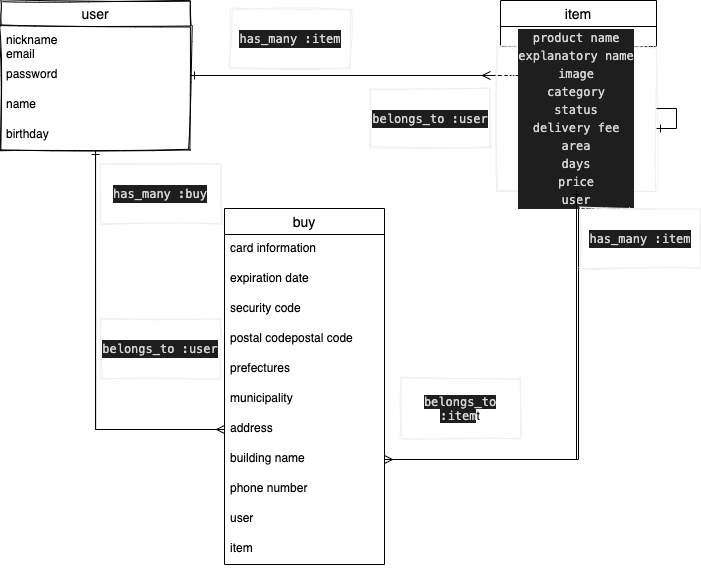
The draw.io diagram .drawio.png in genki-20/furima-31781, before a commit. Source tidied: cells renumbered, new cells last; positions are measured from the earlier drawing's top-left corner, leaving out a move shared by most shapes.
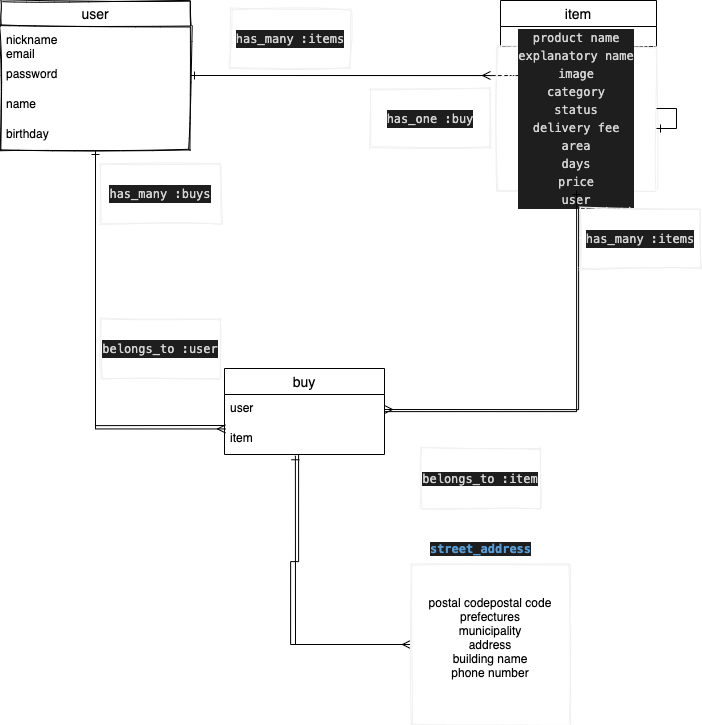
The same diagram one commit later.

Commit message:
データベース設計

Diff of the diagram source:
```diff
@@ -2,14 +2,14 @@
   <root>
     <mxCell id="0" />
     <mxCell id="1" parent="0" />
-    <mxCell id="2" style="edgeStyle=orthogonalEdgeStyle;rounded=0;jettySize=auto;html=1;entryX=0;entryY=0.5;entryDx=0;entryDy=0;endArrow=ERmany;endFill=0;strokeWidth=1;" parent="1" edge="1" source="4" target="17">
-      <mxGeometry relative="1" as="geometry" />
-    </mxCell>
     <mxCell id="3" style="edgeStyle=orthogonalEdgeStyle;rounded=0;jettySize=auto;html=1;endArrow=ERmany;endFill=0;strokeWidth=1;" parent="1" edge="1" source="4">
       <mxGeometry relative="1" as="geometry">
         <mxPoint x="490" y="75" as="targetPoint" />
       </mxGeometry>
     </mxCell>
+    <mxCell id="36" style="edgeStyle=orthogonalEdgeStyle;rounded=0;jettySize=auto;html=1;entryX=0.006;entryY=0.148;entryDx=0;entryDy=0;entryPerimeter=0;endArrow=ERmany;endFill=0;strokeWidth=1;" parent="1" edge="1" source="4" target="21">
+      <mxGeometry relative="1" as="geometry" />
+    </mxCell>
     <mxCell id="4" value="user" style="swimlane;fontStyle=0;horizontal=1;startSize=26;align=center;fontSize=14;direction=east;strokeWidth=1;sketch=1;" parent="1" vertex="1">
       <mxGeometry width="190" height="150" as="geometry" />
     </mxCell>
@@ -28,45 +28,17 @@
     <mxCell id="9" value="birthday" style="text;strokeColor=none;fillColor=none;spacingLeft=4;spacingRight=4;overflow=hidden;fontSize=12;" parent="4" vertex="1">
       <mxGeometry y="120" width="190" height="30" as="geometry" />
     </mxCell>
-    <mxCell id="10" value="buy" style="swimlane;fontStyle=0;horizontal=1;startSize=26;align=center;fontSize=14;" parent="1" vertex="1">
-      <mxGeometry x="224" y="208" width="160" height="356" as="geometry" />
-    </mxCell>
-    <mxCell id="11" value="card information" style="text;strokeColor=none;fillColor=none;spacingLeft=4;spacingRight=4;overflow=hidden;fontSize=12;" parent="10" vertex="1">
-      <mxGeometry y="26" width="160" height="30" as="geometry" />
-    </mxCell>
-    <mxCell id="12" value="expiration date" style="text;strokeColor=none;fillColor=none;spacingLeft=4;spacingRight=4;overflow=hidden;fontSize=12;" parent="10" vertex="1">
-      <mxGeometry y="56" width="160" height="30" as="geometry" />
-    </mxCell>
-    <mxCell id="13" value="security code" style="text;strokeColor=none;fillColor=none;spacingLeft=4;spacingRight=4;overflow=hidden;fontSize=12;" parent="10" vertex="1">
-      <mxGeometry y="86" width="160" height="30" as="geometry" />
-    </mxCell>
-    <mxCell id="14" value="postal codepostal code" style="text;strokeColor=none;fillColor=none;spacingLeft=4;spacingRight=4;overflow=hidden;fontSize=12;" parent="10" vertex="1">
-      <mxGeometry y="116" width="160" height="30" as="geometry" />
-    </mxCell>
-    <mxCell id="15" value="prefectures" style="text;strokeColor=none;fillColor=none;spacingLeft=4;spacingRight=4;overflow=hidden;fontSize=12;" parent="10" vertex="1">
-      <mxGeometry y="146" width="160" height="30" as="geometry" />
-    </mxCell>
-    <mxCell id="16" value="municipality" style="text;strokeColor=none;fillColor=none;spacingLeft=4;spacingRight=4;overflow=hidden;fontSize=12;" parent="10" vertex="1">
-      <mxGeometry y="176" width="160" height="30" as="geometry" />
-    </mxCell>
-    <mxCell id="17" value="address" style="text;strokeColor=none;fillColor=none;spacingLeft=4;spacingRight=4;overflow=hidden;points=[[0,0.5],[1,0.5]];portConstraint=eastwest;fontSize=12;" parent="10" vertex="1">
-      <mxGeometry y="206" width="160" height="30" as="geometry" />
-    </mxCell>
-    <mxCell id="18" value="building name" style="text;strokeColor=none;fillColor=none;spacingLeft=4;spacingRight=4;overflow=hidden;points=[[0,0.5],[1,0.5]];portConstraint=eastwest;fontSize=12;" parent="10" vertex="1">
-      <mxGeometry y="236" width="160" height="30" as="geometry" />
-    </mxCell>
-    <mxCell id="19" value="phone number" style="text;strokeColor=none;fillColor=none;spacingLeft=4;spacingRight=4;overflow=hidden;fontSize=12;" parent="10" vertex="1">
-      <mxGeometry y="266" width="160" height="30" as="geometry" />
-    </mxCell>
-    <mxCell id="20" value="user" style="text;strokeColor=none;fillColor=none;spacingLeft=4;spacingRight=4;overflow=hidden;points=[[0,0.5],[1,0.5]];portConstraint=eastwest;fontSize=12;" parent="10" vertex="1">
-      <mxGeometry y="296" width="160" height="30" as="geometry" />
-    </mxCell>
-    <mxCell id="21" value="item" style="text;strokeColor=none;fillColor=none;spacingLeft=4;spacingRight=4;overflow=hidden;points=[[0,0.5],[1,0.5]];portConstraint=eastwest;fontSize=12;" parent="10" vertex="1">
-      <mxGeometry y="326" width="160" height="30" as="geometry" />
-    </mxCell>
-    <mxCell id="22" style="edgeStyle=orthogonalEdgeStyle;rounded=0;jettySize=auto;html=1;endArrow=ERmany;endFill=0;strokeWidth=1;" parent="1" edge="1" source="24" target="18">
-      <mxGeometry relative="1" as="geometry" />
-    </mxCell>
+    <mxCell id="37" style="edgeStyle=orthogonalEdgeStyle;rounded=0;jettySize=auto;html=1;entryX=0;entryY=0.5;entryDx=0;entryDy=0;endArrow=ERmany;endFill=0;strokeWidth=1;exitX=0.463;exitY=1.019;exitDx=0;exitDy=0;exitPerimeter=0;" parent="1" edge="1" source="21" target="40">
+      <mxGeometry relative="1" as="geometry">
+        <Array as="points">
+          <mxPoint x="290" y="561" />
+          <mxPoint x="290" y="644" />
+        </Array>
+      </mxGeometry>
+    </mxCell>
+    <mxCell id="38" style="edgeStyle=orthogonalEdgeStyle;rounded=0;jettySize=auto;html=1;entryX=1;entryY=0.5;entryDx=0;entryDy=0;endArrow=ERmany;endFill=0;strokeWidth=1;" parent="1" edge="1" source="24" target="20">
+      <mxGeometry relative="1" as="geometry" />
+    </mxCell>
     <mxCell id="23" style="edgeStyle=orthogonalEdgeStyle;rounded=0;jettySize=auto;html=1;entryX=1;entryY=0.5;entryDx=0;entryDy=0;endArrow=ERone;endFill=0;strokeWidth=1;" parent="1" edge="1" source="24" target="7">
       <mxGeometry relative="1" as="geometry" />
     </mxCell>
@@ -79,32 +51,56 @@
     <mxCell id="26" value="&lt;div style=&quot;color: rgb(212 , 212 , 212) ; background-color: rgb(30 , 30 , 30) ; font-family: &amp;#34;menlo&amp;#34; , &amp;#34;monaco&amp;#34; , &amp;#34;courier new&amp;#34; , monospace ; line-height: 18px&quot;&gt;product name&lt;/div&gt;&lt;div style=&quot;color: rgb(212 , 212 , 212) ; background-color: rgb(30 , 30 , 30) ; font-family: &amp;#34;menlo&amp;#34; , &amp;#34;monaco&amp;#34; , &amp;#34;courier new&amp;#34; , monospace ; line-height: 18px&quot;&gt;&lt;div style=&quot;line-height: 18px&quot;&gt;explanatory name&lt;/div&gt;&lt;div style=&quot;line-height: 18px&quot;&gt;&lt;div style=&quot;font-family: &amp;#34;menlo&amp;#34; , &amp;#34;monaco&amp;#34; , &amp;#34;courier new&amp;#34; , monospace ; line-height: 18px&quot;&gt;image&lt;/div&gt;&lt;div style=&quot;font-family: &amp;#34;menlo&amp;#34; , &amp;#34;monaco&amp;#34; , &amp;#34;courier new&amp;#34; , monospace ; line-height: 18px&quot;&gt;&lt;div style=&quot;line-height: 18px&quot;&gt;category&lt;/div&gt;&lt;div style=&quot;line-height: 18px&quot;&gt;&lt;div style=&quot;font-family: &amp;#34;menlo&amp;#34; , &amp;#34;monaco&amp;#34; , &amp;#34;courier new&amp;#34; , monospace ; line-height: 18px&quot;&gt;status&lt;/div&gt;&lt;div style=&quot;font-family: &amp;#34;menlo&amp;#34; , &amp;#34;monaco&amp;#34; , &amp;#34;courier new&amp;#34; , monospace ; line-height: 18px&quot;&gt;&lt;div style=&quot;line-height: 18px&quot;&gt;delivery fee&lt;/div&gt;&lt;div style=&quot;line-height: 18px&quot;&gt;&lt;div style=&quot;line-height: 18px&quot;&gt;area&lt;/div&gt;&lt;div style=&quot;line-height: 18px&quot;&gt;&lt;div style=&quot;line-height: 18px&quot;&gt;days&lt;/div&gt;&lt;div style=&quot;line-height: 18px&quot;&gt;&lt;div style=&quot;line-height: 18px&quot;&gt;price&lt;/div&gt;&lt;div style=&quot;line-height: 18px&quot;&gt;&lt;div style=&quot;line-height: 18px&quot;&gt;user&lt;/div&gt;&lt;/div&gt;&lt;/div&gt;&lt;/div&gt;&lt;/div&gt;&lt;/div&gt;&lt;/div&gt;&lt;/div&gt;&lt;/div&gt;&lt;/div&gt;" style="whiteSpace=wrap;html=1;sketch=1;strokeColor=#f0f0f0;strokeWidth=1;" parent="1" vertex="1">
       <mxGeometry x="496" y="46" width="160" height="144" as="geometry" />
     </mxCell>
-    <mxCell id="27" style="edgeStyle=orthogonalEdgeStyle;rounded=0;jettySize=auto;html=1;entryX=0.5;entryY=1;entryDx=0;entryDy=0;endArrow=ERone;endFill=0;strokeWidth=1;" parent="1" edge="1" source="17" target="4">
-      <mxGeometry relative="1" as="geometry" />
+    <mxCell id="27" style="edgeStyle=orthogonalEdgeStyle;rounded=0;jettySize=auto;html=1;entryX=0.5;entryY=1;entryDx=0;entryDy=0;endArrow=ERone;endFill=0;strokeWidth=1;" parent="1" edge="1" target="4">
+      <mxGeometry relative="1" as="geometry">
+        <mxPoint x="224" y="425" as="sourcePoint" />
+      </mxGeometry>
     </mxCell>
     <mxCell id="28" style="edgeStyle=orthogonalEdgeStyle;rounded=0;orthogonalLoop=1;jettySize=auto;html=1;endArrow=ERone;endFill=0;strokeWidth=1;" parent="1" edge="1" source="26" target="26">
       <mxGeometry relative="1" as="geometry" />
     </mxCell>
-    <mxCell id="29" style="edgeStyle=orthogonalEdgeStyle;rounded=0;jettySize=auto;html=1;endArrow=ERone;endFill=0;strokeWidth=1;" parent="1" edge="1" source="18" target="26">
-      <mxGeometry relative="1" as="geometry" />
-    </mxCell>
-    <mxCell id="30" value="&lt;div style=&quot;color: rgb(212 , 212 , 212) ; background-color: rgb(30 , 30 , 30) ; font-family: &amp;#34;menlo&amp;#34; , &amp;#34;monaco&amp;#34; , &amp;#34;courier new&amp;#34; , monospace ; line-height: 18px&quot;&gt; has_many :item&lt;/div&gt;" style="whiteSpace=wrap;html=1;sketch=1;strokeColor=#f0f0f0;strokeWidth=1;" parent="1" vertex="1">
+    <mxCell id="30" value="&lt;div style=&quot;color: rgb(212 , 212 , 212) ; background-color: rgb(30 , 30 , 30) ; font-family: &amp;#34;menlo&amp;#34; , &amp;#34;monaco&amp;#34; , &amp;#34;courier new&amp;#34; , monospace ; line-height: 18px&quot;&gt; has_many :items&lt;/div&gt;" style="whiteSpace=wrap;html=1;sketch=1;strokeColor=#f0f0f0;strokeWidth=1;" parent="1" vertex="1">
       <mxGeometry x="580" y="208" width="120" height="60" as="geometry" />
     </mxCell>
     <mxCell id="31" value="&lt;div style=&quot;color: rgb(212 , 212 , 212) ; background-color: rgb(30 , 30 , 30) ; font-family: &amp;#34;menlo&amp;#34; , &amp;#34;monaco&amp;#34; , &amp;#34;courier new&amp;#34; , monospace ; line-height: 18px&quot;&gt;belongs_to :user&lt;/div&gt;" style="whiteSpace=wrap;html=1;sketch=1;strokeColor=#f0f0f0;strokeWidth=1;" parent="1" vertex="1">
       <mxGeometry x="100" y="318" width="120" height="60" as="geometry" />
     </mxCell>
-    <mxCell id="32" value="&lt;div style=&quot;color: rgb(212 , 212 , 212) ; background-color: rgb(30 , 30 , 30) ; font-family: &amp;#34;menlo&amp;#34; , &amp;#34;monaco&amp;#34; , &amp;#34;courier new&amp;#34; , monospace ; line-height: 18px&quot;&gt;has_many :item&lt;/div&gt;" style="whiteSpace=wrap;html=1;sketch=1;strokeColor=#f0f0f0;strokeWidth=1;" parent="1" vertex="1">
+    <mxCell id="32" value="&lt;div style=&quot;color: rgb(212 , 212 , 212) ; background-color: rgb(30 , 30 , 30) ; font-family: &amp;#34;menlo&amp;#34; , &amp;#34;monaco&amp;#34; , &amp;#34;courier new&amp;#34; , monospace ; line-height: 18px&quot;&gt;has_many :items&lt;/div&gt;" style="whiteSpace=wrap;html=1;sketch=1;strokeColor=#f0f0f0;strokeWidth=1;" parent="1" vertex="1">
       <mxGeometry x="230" y="8" width="120" height="60" as="geometry" />
     </mxCell>
-    <mxCell id="33" value="&lt;meta charset=&quot;utf-8&quot;&gt;&lt;div style=&quot;color: rgb(212, 212, 212); background-color: rgb(30, 30, 30); font-family: menlo, monaco, &amp;quot;courier new&amp;quot;, monospace; font-weight: normal; font-size: 12px; line-height: 18px;&quot;&gt;&lt;div&gt;&lt;span style=&quot;color: #d4d4d4&quot;&gt;has_many :buy&lt;/span&gt;&lt;/div&gt;&lt;/div&gt;" style="whiteSpace=wrap;html=1;sketch=1;strokeColor=#f0f0f0;strokeWidth=1;" parent="1" vertex="1">
+    <mxCell id="33" value="&lt;div style=&quot;color: rgb(212 , 212 , 212) ; background-color: rgb(30 , 30 , 30) ; font-family: &amp;#34;menlo&amp;#34; , &amp;#34;monaco&amp;#34; , &amp;#34;courier new&amp;#34; , monospace ; font-weight: normal ; font-size: 12px ; line-height: 18px&quot;&gt;&lt;div&gt;&lt;span style=&quot;color: #d4d4d4&quot;&gt;has_many :buys&lt;/span&gt;&lt;/div&gt;&lt;/div&gt;" style="whiteSpace=wrap;html=1;sketch=1;strokeColor=#f0f0f0;strokeWidth=1;" parent="1" vertex="1">
       <mxGeometry x="100" y="163" width="120" height="60" as="geometry" />
     </mxCell>
-    <mxCell id="34" value="&lt;span style=&quot;background-color: rgb(30 , 30 , 30) ; color: rgb(212 , 212 , 212) ; font-family: &amp;#34;menlo&amp;#34; , &amp;#34;monaco&amp;#34; , &amp;#34;courier new&amp;#34; , monospace&quot;&gt;belongs_to :item&lt;/span&gt;t" style="whiteSpace=wrap;html=1;sketch=1;strokeColor=#f0f0f0;strokeWidth=1;" parent="1" vertex="1">
-      <mxGeometry x="400" y="378" width="120" height="60" as="geometry" />
+    <mxCell id="34" value="&lt;span style=&quot;background-color: rgb(30 , 30 , 30) ; color: rgb(212 , 212 , 212) ; font-family: &amp;#34;menlo&amp;#34; , &amp;#34;monaco&amp;#34; , &amp;#34;courier new&amp;#34; , monospace&quot;&gt;belongs_to :item&lt;/span&gt;" style="whiteSpace=wrap;html=1;sketch=1;strokeColor=#f0f0f0;strokeWidth=1;" parent="1" vertex="1">
+      <mxGeometry x="420" y="448" width="120" height="60" as="geometry" />
     </mxCell>
-    <mxCell id="35" value="&lt;div style=&quot;color: rgb(212 , 212 , 212) ; background-color: rgb(30 , 30 , 30) ; font-family: &amp;#34;menlo&amp;#34; , &amp;#34;monaco&amp;#34; , &amp;#34;courier new&amp;#34; , monospace ; line-height: 18px&quot;&gt;belongs_to :user&lt;/div&gt;" style="whiteSpace=wrap;html=1;sketch=1;strokeColor=#f0f0f0;strokeWidth=1;" parent="1" vertex="1">
+    <mxCell id="35" value="&lt;div style=&quot;color: rgb(212 , 212 , 212) ; background-color: rgb(30 , 30 , 30) ; font-family: &amp;#34;menlo&amp;#34; , &amp;#34;monaco&amp;#34; , &amp;#34;courier new&amp;#34; , monospace ; line-height: 18px&quot;&gt;has_one :buy&lt;/div&gt;" style="whiteSpace=wrap;html=1;sketch=1;strokeColor=#f0f0f0;strokeWidth=1;" parent="1" vertex="1">
       <mxGeometry x="370" y="88" width="120" height="60" as="geometry" />
     </mxCell>
+    <mxCell id="39" style="edgeStyle=orthogonalEdgeStyle;rounded=0;jettySize=auto;html=1;entryX=0.443;entryY=1.041;entryDx=0;entryDy=0;entryPerimeter=0;endArrow=ERone;endFill=0;strokeWidth=1;" parent="1" edge="1" source="40" target="21">
+      <mxGeometry relative="1" as="geometry">
+        <Array as="points">
+          <mxPoint x="295" y="644" />
+        </Array>
+      </mxGeometry>
+    </mxCell>
+    <mxCell id="40" value="&lt;span style=&quot;text-align: left&quot;&gt;postal codepostal code&lt;br&gt;&lt;/span&gt;&lt;span style=&quot;text-align: left&quot;&gt;prefectures&lt;br&gt;&lt;/span&gt;&lt;span style=&quot;text-align: left&quot;&gt;municipality&lt;br&gt;&lt;/span&gt;&lt;span style=&quot;text-align: left&quot;&gt;address&lt;br&gt;&lt;/span&gt;&lt;span style=&quot;text-align: left&quot;&gt;building name&lt;br&gt;&lt;/span&gt;&lt;span style=&quot;text-align: left&quot;&gt;phone number&lt;/span&gt;&lt;span style=&quot;text-align: left&quot;&gt;&lt;br&gt;&lt;br&gt;&lt;/span&gt;" style="whiteSpace=wrap;html=1;sketch=1;strokeColor=#f0f0f0;strokeWidth=1;" parent="1" vertex="1">
+      <mxGeometry x="410" y="564" width="160" height="160" as="geometry" />
+    </mxCell>
+    <mxCell id="41" value="&lt;span style=&quot;color: rgb(86 , 156 , 214) ; font-weight: bold ; background-color: rgb(30 , 30 , 30) ; font-family: &amp;#34;menlo&amp;#34; , &amp;#34;monaco&amp;#34; , &amp;#34;courier new&amp;#34; , monospace&quot;&gt;street_address&lt;/span&gt;" style="text;html=1;align=center;verticalAlign=middle;" parent="1" vertex="1">
+      <mxGeometry x="420" y="538" width="120" height="20" as="geometry" />
+    </mxCell>
+    <mxCell id="42" style="edgeStyle=orthogonalEdgeStyle;rounded=0;jettySize=auto;html=1;endArrow=ERone;endFill=0;strokeWidth=1;" parent="1" edge="1" source="10" target="26">
+      <mxGeometry relative="1" as="geometry" />
+    </mxCell>
+    <mxCell id="10" value="buy" style="swimlane;fontStyle=0;horizontal=1;startSize=26;align=center;fontSize=14;" parent="1" vertex="1">
+      <mxGeometry x="224" y="368" width="160" height="86" as="geometry" />
+    </mxCell>
+    <mxCell id="20" value="user" style="text;strokeColor=none;fillColor=none;spacingLeft=4;spacingRight=4;overflow=hidden;points=[[0,0.5],[1,0.5]];portConstraint=eastwest;fontSize=12;" parent="10" vertex="1">
+      <mxGeometry y="26" width="160" height="30" as="geometry" />
+    </mxCell>
+    <mxCell id="21" value="item" style="text;strokeColor=none;fillColor=none;spacingLeft=4;spacingRight=4;overflow=hidden;points=[[0,0.5],[1,0.5]];portConstraint=eastwest;fontSize=12;" parent="10" vertex="1">
+      <mxGeometry y="56" width="160" height="30" as="geometry" />
+    </mxCell>
   </root>
 </mxGraphModel>
```
